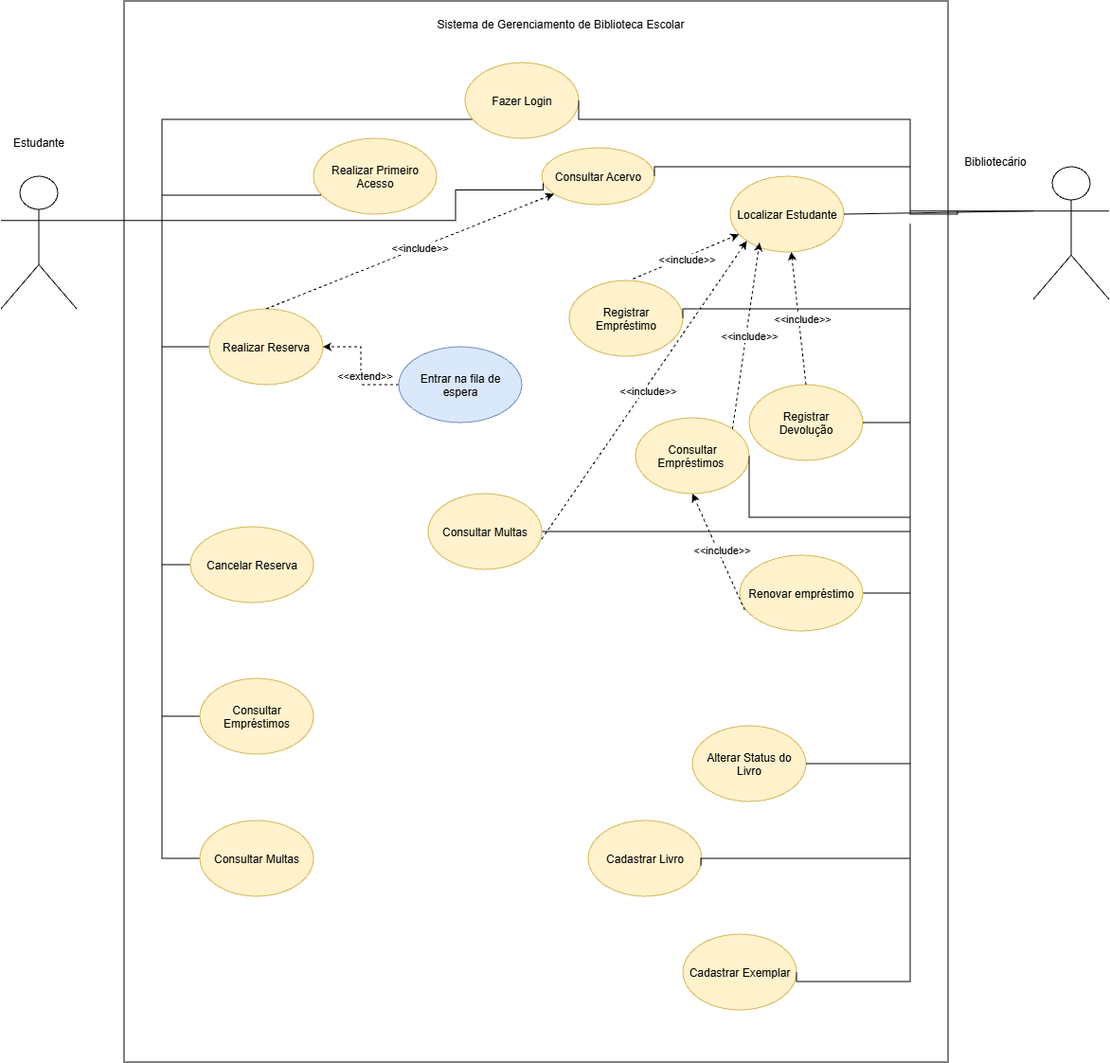
Before: docs/04-diagrama-de-casos-de-uso.png, a diagram exported from draw.io (GioLiesenfeld/Sistema-Biblioteca). Source tidied: cells renumbered, new cells last; positions are measured from the earlier drawing's top-left corner, leaving out a move shared by most shapes.
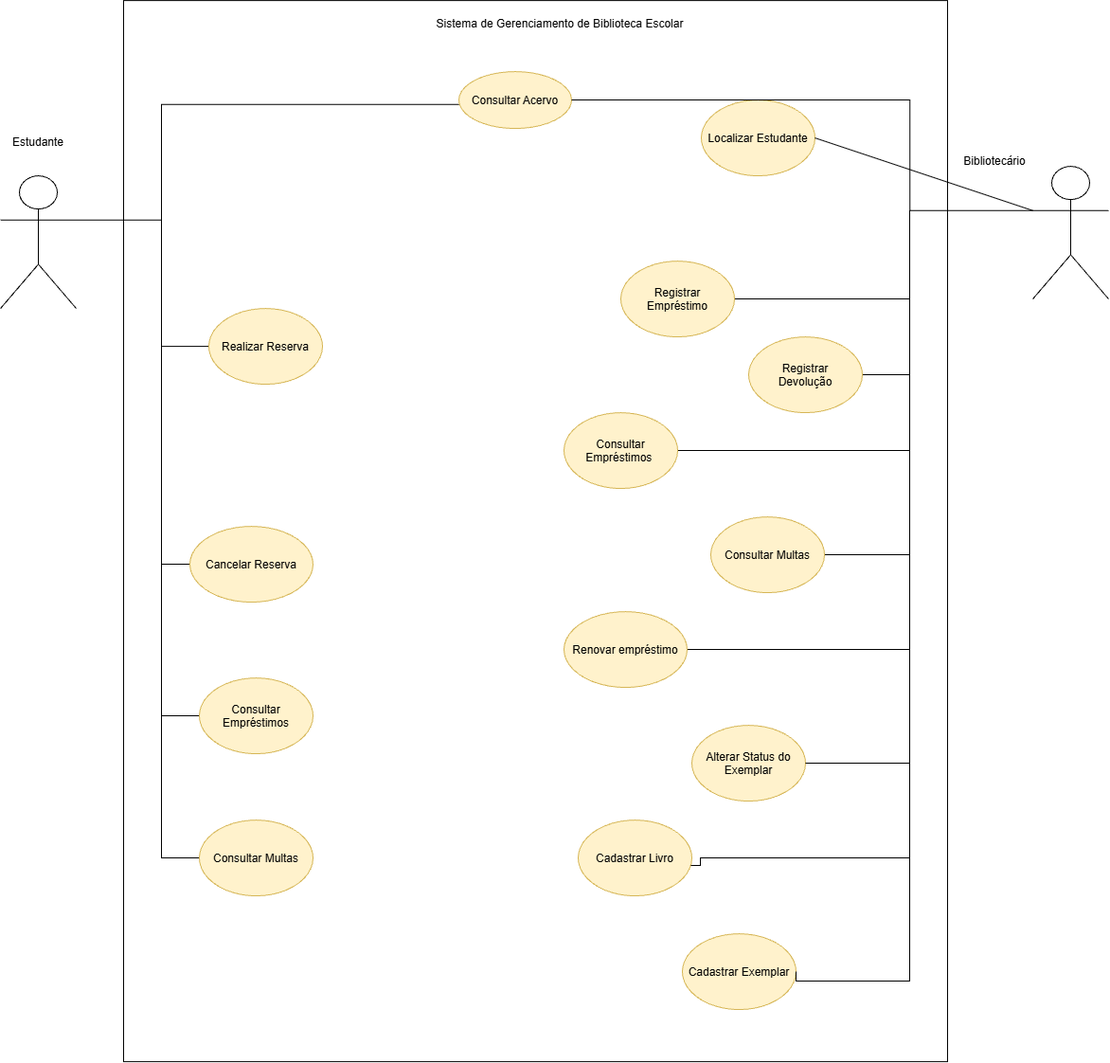
After the change.

Commit message:
docs: atualiza diagramas da versao funcional

The edit, as a diff of the source:
```diff
@@ -8,29 +8,11 @@
     <mxCell id="3" style="edgeStyle=orthogonalEdgeStyle;rounded=0;jettySize=auto;html=1;exitX=1;exitY=0.3333333333333333;exitDx=0;exitDy=0;exitPerimeter=0;endArrow=none;endFill=0;entryX=0.012;entryY=0.577;entryDx=0;entryDy=0;entryPerimeter=0;" parent="1" edge="1" source="7" target="14">
       <mxGeometry relative="1" as="geometry">
         <Array as="points">
-          <mxPoint x="480" y="216.7" />
-          <mxPoint x="480" y="184.6" />
+          <mxPoint x="170" y="216.7" />
+          <mxPoint x="170" y="94.6" />
         </Array>
       </mxGeometry>
     </mxCell>
-    <mxCell id="4" style="edgeStyle=orthogonalEdgeStyle;rounded=0;jettySize=auto;html=1;exitX=1;exitY=0.3333333333333333;exitDx=0;exitDy=0;exitPerimeter=0;endArrow=none;endFill=0;" parent="1" edge="1" source="7" target="12">
-      <mxGeometry relative="1" as="geometry">
-        <Array as="points">
-          <mxPoint x="170" y="216.7" />
-          <mxPoint x="170" y="190" />
-        </Array>
-      </mxGeometry>
-    </mxCell>
-    <mxCell id="5" style="edgeStyle=orthogonalEdgeStyle;rounded=0;jettySize=auto;html=1;exitX=1;exitY=0.3333333333333333;exitDx=0;exitDy=0;exitPerimeter=0;entryX=0;entryY=0.5;entryDx=0;entryDy=0;endArrow=none;endFill=0;" parent="1" edge="1" source="7" target="13">
-      <mxGeometry relative="1" as="geometry">
-        <Array as="points">
-          <mxPoint x="170" y="216.7" />
-          <mxPoint x="170" y="110" />
-          <mxPoint x="550" y="110" />
-          <mxPoint x="550" y="90" />
-        </Array>
-      </mxGeometry>
-    </mxCell>
     <mxCell id="6" style="edgeStyle=orthogonalEdgeStyle;rounded=0;jettySize=auto;html=1;exitX=1;exitY=0.3333333333333333;exitDx=0;exitDy=0;exitPerimeter=0;entryX=0;entryY=0.5;entryDx=0;entryDy=0;endArrow=none;endFill=0;" parent="1" edge="1" source="7" target="21">
       <mxGeometry relative="1" as="geometry">
         <Array as="points">
@@ -42,6 +24,30 @@
     <mxCell id="7" style="shape=umlActor;verticalLabelPosition=bottom;verticalAlign=top;html=1;outlineConnect=0;" parent="1" vertex="1">
       <mxGeometry y="170" width="80" height="140" as="geometry" />
     </mxCell>
+    <mxCell id="57" style="edgeStyle=orthogonalEdgeStyle;rounded=0;jettySize=auto;html=1;exitX=0;exitY=0.3333333333333333;exitDx=0;exitDy=0;exitPerimeter=0;entryX=1;entryY=0.5;entryDx=0;entryDy=0;endArrow=none;endFill=0;" parent="1" edge="1" source="8" target="23">
+      <mxGeometry relative="1" as="geometry">
+        <Array as="points">
+          <mxPoint x="960" y="206.7" />
+          <mxPoint x="960" y="300" />
+        </Array>
+      </mxGeometry>
+    </mxCell>
+    <mxCell id="58" style="edgeStyle=orthogonalEdgeStyle;rounded=0;jettySize=auto;html=1;exitX=0;exitY=0.3333333333333333;exitDx=0;exitDy=0;exitPerimeter=0;endArrow=none;endFill=0;" parent="1" edge="1" source="8" target="24">
+      <mxGeometry relative="1" as="geometry">
+        <Array as="points">
+          <mxPoint x="960" y="206.7" />
+          <mxPoint x="960" y="380" />
+        </Array>
+      </mxGeometry>
+    </mxCell>
+    <mxCell id="59" style="edgeStyle=orthogonalEdgeStyle;rounded=0;jettySize=auto;html=1;exitX=0;exitY=0.3333333333333333;exitDx=0;exitDy=0;exitPerimeter=0;entryX=1;entryY=0.5;entryDx=0;entryDy=0;endArrow=none;endFill=0;" parent="1" edge="1" source="8" target="25">
+      <mxGeometry relative="1" as="geometry">
+        <Array as="points">
+          <mxPoint x="960" y="206.7" />
+          <mxPoint x="960" y="460" />
+        </Array>
+      </mxGeometry>
+    </mxCell>
     <mxCell id="8" style="shape=umlActor;verticalLabelPosition=bottom;verticalAlign=top;html=1;outlineConnect=0;" parent="1" vertex="1">
       <mxGeometry x="1090" y="160" width="80" height="140" as="geometry" />
     </mxCell>
@@ -54,14 +60,8 @@
     <mxCell id="11" value="Sistema de Gerenciamento de Biblioteca Escolar" style="text;html=1;whiteSpace=wrap;strokeColor=none;fillColor=none;align=center;verticalAlign=middle;rounded=0;" parent="1" vertex="1">
       <mxGeometry x="451" width="280" height="20" as="geometry" />
     </mxCell>
-    <mxCell id="12" value="Realizar Primeiro Acesso" style="ellipse;whiteSpace=wrap;html=1;shapeInside=1;fillColor=#fff2cc;strokeColor=#d6b656;" parent="1" vertex="1">
-      <mxGeometry x="330" y="130" width="130" height="80" as="geometry" />
-    </mxCell>
-    <mxCell id="13" value="Fazer Login" style="ellipse;whiteSpace=wrap;html=1;shapeInside=1;fillColor=#fff2cc;strokeColor=#d6b656;" parent="1" vertex="1">
-      <mxGeometry x="490" y="50" width="120" height="80" as="geometry" />
-    </mxCell>
     <mxCell id="14" value="Consultar Acervo&lt;div&gt;&lt;br/&gt;&lt;/div&gt;" style="ellipse;whiteSpace=wrap;html=1;shapeInside=1;fillColor=#fff2cc;strokeColor=#d6b656;" parent="1" vertex="1">
-      <mxGeometry x="571" y="140" width="119" height="60" as="geometry" />
+      <mxGeometry x="484" y="60" width="119" height="60" as="geometry" />
     </mxCell>
     <mxCell id="15" style="edgeStyle=orthogonalEdgeStyle;rounded=0;jettySize=auto;html=1;endArrow=none;endFill=0;" parent="1" edge="1" source="16">
       <mxGeometry relative="1" as="geometry">
@@ -91,16 +91,16 @@
       <mxGeometry x="210" y="850" width="120" height="80" as="geometry" />
     </mxCell>
     <mxCell id="22" value="Localizar Estudante" style="ellipse;whiteSpace=wrap;html=1;shapeInside=1;fillColor=#fff2cc;strokeColor=#d6b656;" parent="1" vertex="1">
-      <mxGeometry x="770" y="170" width="120" height="80" as="geometry" />
+      <mxGeometry x="740" y="90" width="120" height="80" as="geometry" />
     </mxCell>
     <mxCell id="23" value="Registrar Empréstimo" style="ellipse;whiteSpace=wrap;html=1;shapeInside=1;fillColor=#fff2cc;strokeColor=#d6b656;" parent="1" vertex="1">
-      <mxGeometry x="600" y="280" width="120" height="80" as="geometry" />
+      <mxGeometry x="655" y="260" width="120" height="80" as="geometry" />
     </mxCell>
     <mxCell id="24" value="Registrar Devolução" style="ellipse;whiteSpace=wrap;html=1;shapeInside=1;fillColor=#fff2cc;strokeColor=#d6b656;" parent="1" vertex="1">
-      <mxGeometry x="790" y="390" width="120" height="80" as="geometry" />
+      <mxGeometry x="790" y="340" width="120" height="80" as="geometry" />
     </mxCell>
     <mxCell id="25" value="Consultar Empréstimos&amp;nbsp;" style="ellipse;whiteSpace=wrap;html=1;shapeInside=1;fillColor=#fff2cc;strokeColor=#d6b656;" parent="1" vertex="1">
-      <mxGeometry x="670" y="425" width="120" height="80" as="geometry" />
+      <mxGeometry x="595" y="420" width="120" height="80" as="geometry" />
     </mxCell>
     <mxCell id="26" style="edgeStyle=orthogonalEdgeStyle;rounded=0;jettySize=auto;html=1;endArrow=none;endFill=0;" parent="1" edge="1" source="27">
       <mxGeometry relative="1" as="geometry">
@@ -108,60 +108,23 @@
       </mxGeometry>
     </mxCell>
     <mxCell id="27" value="Consultar Multas" style="ellipse;whiteSpace=wrap;html=1;shapeInside=1;fillColor=#fff2cc;strokeColor=#d6b656;" parent="1" vertex="1">
-      <mxGeometry x="451" y="505" width="120" height="80" as="geometry" />
+      <mxGeometry x="750" y="530" width="120" height="80" as="geometry" />
     </mxCell>
-    <mxCell id="28" value="Alterar Status do Livro" style="ellipse;whiteSpace=wrap;html=1;shapeInside=1;fillColor=#fff2cc;strokeColor=#d6b656;" parent="1" vertex="1">
+    <mxCell id="28" value="Alterar Status do Exemplar&lt;div&gt;&lt;br/&gt;&lt;/div&gt;" style="ellipse;whiteSpace=wrap;html=1;shapeInside=1;fillColor=#fff2cc;strokeColor=#d6b656;" parent="1" vertex="1">
       <mxGeometry x="730" y="750" width="120" height="80" as="geometry" />
     </mxCell>
     <mxCell id="29" value="Cadastrar Livro" style="ellipse;whiteSpace=wrap;html=1;shapeInside=1;fillColor=#fff2cc;strokeColor=#d6b656;" parent="1" vertex="1">
-      <mxGeometry x="620" y="850" width="120" height="80" as="geometry" />
+      <mxGeometry x="610" y="850" width="120" height="80" as="geometry" />
     </mxCell>
     <mxCell id="30" value="Cadastrar Exemplar" style="ellipse;whiteSpace=wrap;html=1;shapeInside=1;fillColor=#fff2cc;strokeColor=#d6b656;" parent="1" vertex="1">
       <mxGeometry x="720" y="970" width="120" height="80" as="geometry" />
     </mxCell>
-    <mxCell id="31" style="endArrow=none;html=1;rounded=0;entryX=1;entryY=0.5;entryDx=0;entryDy=0;exitX=0;exitY=0.3333333333333333;exitDx=0;exitDy=0;exitPerimeter=0;edgeStyle=orthogonalEdgeStyle;endFill=0;" parent="1" edge="1" source="8" target="13">
-      <mxGeometry relative="1" as="geometry">
-        <Array as="points">
-          <mxPoint x="1010.1" y="206.7" />
-          <mxPoint x="1010.1" y="210" />
-          <mxPoint x="960.1" y="210" />
-          <mxPoint x="960.1" y="110" />
-          <mxPoint x="610.1" y="110" />
-        </Array>
-      </mxGeometry>
-    </mxCell>
     <mxCell id="32" style="endArrow=none;startArrow=none;endFill=0;startFill=0;endSize=8;html=1;verticalAlign=bottom;labelBackgroundColor=none;strokeWidth=1;rounded=0;exitX=0;exitY=0.3333333333333333;exitDx=0;exitDy=0;exitPerimeter=0;entryX=1;entryY=0.5;entryDx=0;entryDy=0;" parent="1" edge="1" source="8" target="22">
       <mxGeometry relative="1" as="geometry" />
     </mxCell>
-    <mxCell id="33" style="endArrow=none;startArrow=none;endFill=0;startFill=0;endSize=8;html=1;verticalAlign=bottom;labelBackgroundColor=none;strokeWidth=1;rounded=0;edgeStyle=orthogonalEdgeStyle;entryX=1;entryY=0.5;entryDx=0;entryDy=0;" parent="1" edge="1" target="23">
-      <mxGeometry relative="1" as="geometry">
-        <mxPoint x="960" y="220" as="sourcePoint" />
-        <Array as="points">
-          <mxPoint x="960" y="310" />
-        </Array>
-      </mxGeometry>
-    </mxCell>
-    <mxCell id="34" style="endArrow=none;startArrow=none;endFill=0;startFill=0;endSize=8;html=1;verticalAlign=bottom;labelBackgroundColor=none;strokeWidth=1;rounded=0;edgeStyle=orthogonalEdgeStyle;" parent="1" edge="1">
-      <mxGeometry relative="1" as="geometry">
-        <mxPoint x="960" y="220" as="sourcePoint" />
-        <mxPoint x="910" y="430" as="targetPoint" />
-        <Array as="points">
-          <mxPoint x="960" y="336" />
-          <mxPoint x="960" y="430" />
-        </Array>
-      </mxGeometry>
-    </mxCell>
-    <mxCell id="35" style="endArrow=none;startArrow=none;endFill=0;startFill=0;endSize=8;html=1;verticalAlign=bottom;labelBackgroundColor=none;strokeWidth=1;rounded=0;edgeStyle=orthogonalEdgeStyle;entryX=1;entryY=0.5;entryDx=0;entryDy=0;" parent="1" edge="1" target="25">
-      <mxGeometry relative="1" as="geometry">
-        <mxPoint x="960" y="390" as="sourcePoint" />
-        <Array as="points">
-          <mxPoint x="960" y="530" />
-        </Array>
-      </mxGeometry>
-    </mxCell>
     <mxCell id="36" style="endArrow=none;startArrow=none;endFill=0;startFill=0;endSize=8;html=1;verticalAlign=bottom;labelBackgroundColor=none;strokeWidth=1;rounded=0;edgeStyle=orthogonalEdgeStyle;entryX=1;entryY=0.5;entryDx=0;entryDy=0;" parent="1" edge="1" target="28">
       <mxGeometry relative="1" as="geometry">
-        <mxPoint x="960" y="530" as="sourcePoint" />
+        <mxPoint x="960" y="410" as="sourcePoint" />
         <Array as="points">
           <mxPoint x="960" y="790" />
         </Array>
@@ -186,71 +149,21 @@
         </Array>
       </mxGeometry>
     </mxCell>
-    <mxCell id="39" style="endArrow=classic;html=1;rounded=0;exitX=0.5;exitY=0;exitDx=0;exitDy=0;dashed=1;" parent="1" edge="1" source="16" target="14">
-      <mxGeometry relative="1" as="geometry" />
-    </mxCell>
-    <mxCell id="40" value="&amp;lt;&amp;lt;include&amp;gt;&amp;gt;" style="edgeLabel;html=1;align=center;verticalAlign=middle;" parent="39" vertex="1">
-      <mxGeometry x="0.07" relative="1" as="geometry" />
-    </mxCell>
-    <mxCell id="41" style="endArrow=classic;html=1;rounded=0;exitX=0.562;exitY=-0.02;exitDx=0;exitDy=0;exitPerimeter=0;dashed=1;" parent="1" edge="1" source="23" target="22">
-      <mxGeometry relative="1" as="geometry" />
-    </mxCell>
-    <mxCell id="42" value="&amp;lt;&amp;lt;include&amp;gt;&amp;gt;" style="edgeLabel;html=1;align=center;verticalAlign=middle;" parent="41" vertex="1">
-      <mxGeometry y="-3" relative="1" as="geometry" />
-    </mxCell>
     <mxCell id="43" style="edgeStyle=orthogonalEdgeStyle;rounded=0;jettySize=auto;html=1;exitX=1;exitY=0.5;exitDx=0;exitDy=0;endArrow=none;endFill=0;entryX=0;entryY=0.3333333333333333;entryDx=0;entryDy=0;entryPerimeter=0;" parent="1" edge="1" source="14" target="8">
       <mxGeometry relative="1" as="geometry">
         <Array as="points">
-          <mxPoint x="690.1" y="160" />
-          <mxPoint x="960.1" y="160" />
+          <mxPoint x="960.1" y="90" />
           <mxPoint x="960.1" y="206.7" />
         </Array>
       </mxGeometry>
     </mxCell>
-    <mxCell id="44" style="edgeStyle=orthogonalEdgeStyle;rounded=0;jettySize=auto;html=1;entryX=1;entryY=0.5;entryDx=0;entryDy=0;dashed=1;" parent="1" edge="1" source="46" target="16">
-      <mxGeometry relative="1" as="geometry" />
-    </mxCell>
-    <mxCell id="45" value="&amp;lt;&amp;lt;extend&amp;gt;&amp;gt;" style="edgeLabel;html=1;align=center;verticalAlign=middle;" parent="44" vertex="1">
-      <mxGeometry x="-0.18" y="-3" relative="1" as="geometry" />
-    </mxCell>
-    <mxCell id="46" value="Entrar na fila de espera&lt;div&gt;&lt;br/&gt;&lt;/div&gt;" style="ellipse;whiteSpace=wrap;html=1;shapeInside=1;fillColor=#dae8fc;strokeColor=#6c8ebf;" parent="1" vertex="1">
-      <mxGeometry x="420" y="350" width="130" height="80" as="geometry" />
-    </mxCell>
     <mxCell id="47" style="edgeStyle=orthogonalEdgeStyle;rounded=0;jettySize=auto;html=1;endArrow=none;endFill=0;" parent="1" edge="1" source="48">
       <mxGeometry relative="1" as="geometry">
         <mxPoint x="960" y="610" as="targetPoint" />
       </mxGeometry>
     </mxCell>
     <mxCell id="48" value="&lt;div&gt;Renovar empréstimo&lt;/div&gt;" style="ellipse;whiteSpace=wrap;html=1;shapeInside=1;fillColor=#fff2cc;strokeColor=#d6b656;" parent="1" vertex="1">
-      <mxGeometry x="780" y="570" width="130" height="80" as="geometry" />
+      <mxGeometry x="595" y="630" width="130" height="80" as="geometry" />
     </mxCell>
-    <mxCell id="49" style="endArrow=classic;html=1;rounded=0;exitX=0.5;exitY=0;exitDx=0;exitDy=0;dashed=1;" parent="1" edge="1" source="24" target="22">
-      <mxGeometry relative="1" as="geometry" />
-    </mxCell>
-    <mxCell id="50" value="&amp;lt;&amp;lt;include&amp;gt;&amp;gt;" style="edgeLabel;html=1;align=center;verticalAlign=middle;" parent="49" vertex="1">
-      <mxGeometry y="-3" relative="1" as="geometry" />
-    </mxCell>
-    <mxCell id="51" style="endArrow=classic;html=1;rounded=0;exitX=1;exitY=0;exitDx=0;exitDy=0;dashed=1;" parent="1" edge="1" source="25">
-      <mxGeometry relative="1" as="geometry">
-        <mxPoint x="801" y="240" as="targetPoint" />
-      </mxGeometry>
-    </mxCell>
-    <mxCell id="52" value="&amp;lt;&amp;lt;include&amp;gt;&amp;gt;" style="edgeLabel;html=1;align=center;verticalAlign=middle;" parent="51" vertex="1">
-      <mxGeometry y="-3" relative="1" as="geometry" />
-    </mxCell>
-    <mxCell id="53" style="endArrow=classic;html=1;rounded=0;exitX=0.04;exitY=0.722;exitDx=0;exitDy=0;dashed=1;entryX=0.5;entryY=1;entryDx=0;entryDy=0;exitPerimeter=0;" parent="1" edge="1" source="48" target="25">
-      <mxGeometry relative="1" as="geometry" />
-    </mxCell>
-    <mxCell id="54" value="&amp;lt;&amp;lt;include&amp;gt;&amp;gt;" style="edgeLabel;html=1;align=center;verticalAlign=middle;" parent="53" vertex="1">
-      <mxGeometry y="-3" relative="1" as="geometry" />
-    </mxCell>
-    <mxCell id="55" style="endArrow=classic;html=1;rounded=0;exitX=0.033;exitY=0.347;exitDx=0;exitDy=0;dashed=1;exitPerimeter=0;entryX=0;entryY=1;entryDx=0;entryDy=0;" parent="1" edge="1" target="22">
-      <mxGeometry relative="1" as="geometry">
-        <mxPoint x="571" y="553" as="sourcePoint" />
-      </mxGeometry>
-    </mxCell>
-    <mxCell id="56" value="&amp;lt;&amp;lt;include&amp;gt;&amp;gt;" style="edgeLabel;html=1;align=center;verticalAlign=middle;" parent="55" vertex="1">
-      <mxGeometry y="-3" relative="1" as="geometry" />
-    </mxCell>
   </root>
 </mxGraphModel>
```
